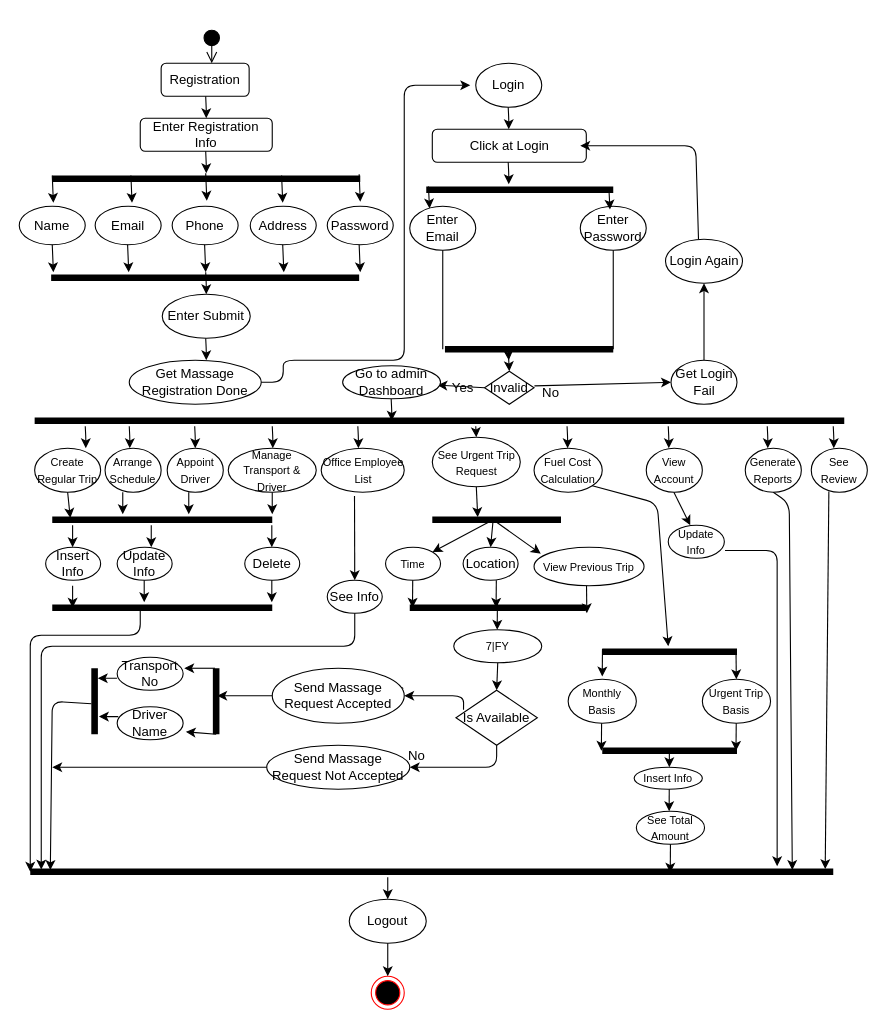
This is database/Activity Diagram Admin.drawio from SHIMAISRAFIL/Transport-Schedule, a draw.io file, before an edit. Source tidied: cells renumbered, new cells numbered last; positions are measured from the earlier drawing's top-left corner, leaving out a move shared by most shapes. Both pictures are drawn from the tidied source at 110%, with x=0, y=0 at pixel (19, 29).
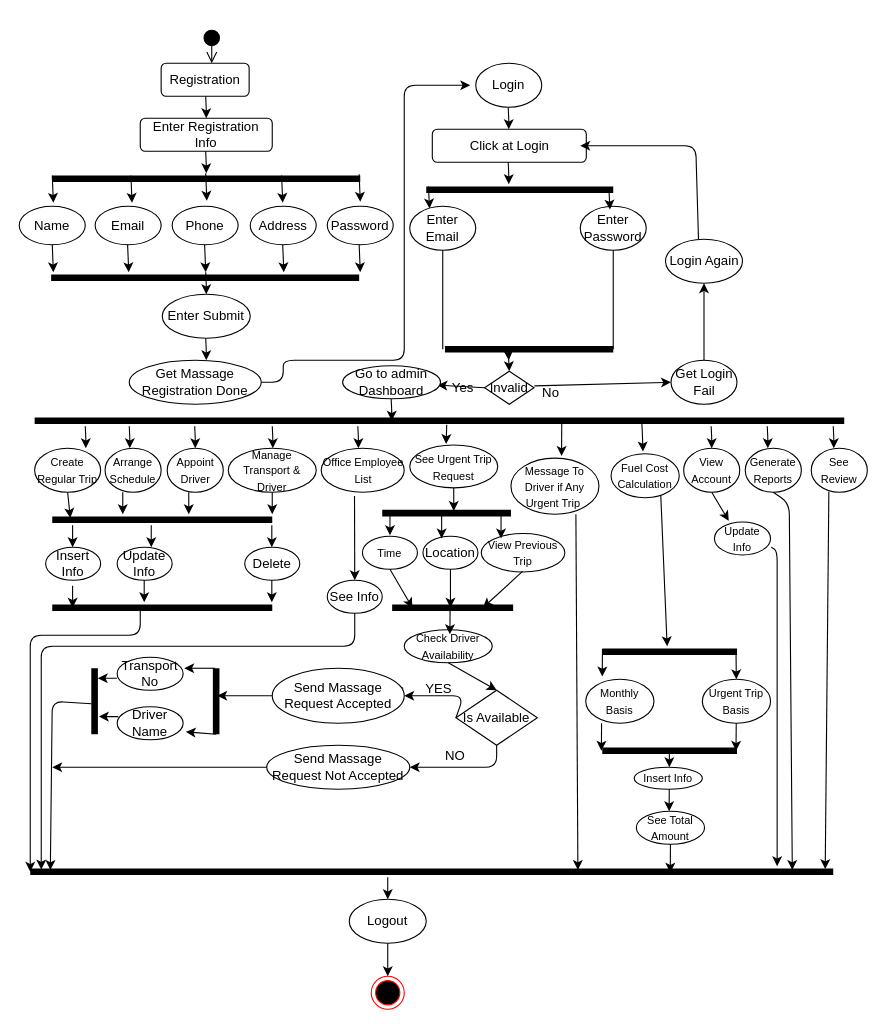
After the change.

The change refers to these unchanged cells:
```xml
<mxCell id="3" style="shape=line;html=1;strokeWidth=6;" parent="1" vertex="1">
  <mxGeometry x="14" y="351" width="736" height="10" as="geometry" />
</mxCell>
<mxCell id="47" value="Is Available" style="rhombus;whiteSpace=wrap;html=1;strokeColor=#000000;" parent="1" vertex="1">
  <mxGeometry x="397" y="601" width="74" height="50" as="geometry" />
</mxCell>
<mxCell id="52" value="Send Massage Request Accepted" style="ellipse;whiteSpace=wrap;html=1;strokeColor=#000000;" parent="1" vertex="1">
  <mxGeometry x="230" y="581" width="120" height="50" as="geometry" />
</mxCell>
<mxCell id="94" style="shape=line;html=1;strokeWidth=6;" parent="1" vertex="1">
  <mxGeometry x="10" y="761" width="730" height="10" as="geometry" />
</mxCell>
```

The edit, as a diff of the source:
```diff
@@
-<mxGraphModel>
+<mxGraphModel background="#ffffff">
@@
     <mxCell id="2" style="shape=line;html=1;strokeWidth=6;" parent="1" vertex="1">
-      <mxGeometry x="375.5" y="441" width="117" height="10" as="geometry" />
+      <mxGeometry x="330" y="435" width="117" height="10" as="geometry" />
     </mxCell>
@@
-    <mxCell id="8" style="endArrow=classic;html=1;" parent="1" edge="1">
-      <mxGeometry x="-19.5" y="220" as="geometry">
-        <mxPoint x="415" y="361" as="sourcePoint" />
-        <mxPoint x="415.6" y="371" as="targetPoint" />
-        <Array as="points">
-          <mxPoint x="415.5" y="371" />
-        </Array>
-      </mxGeometry>
+    <mxCell id="8" style="endArrow=classic;html=1;entryX=0.413;entryY=-0.021;entryDx=0;entryDy=0;entryPerimeter=0;exitX=0.509;exitY=0.86;exitDx=0;exitDy=0;exitPerimeter=0;" parent="1" edge="1" source="3" target="18">
+      <mxGeometry x="-19.5" y="220" as="geometry" />
     </mxCell>
     <mxCell id="9" style="endArrow=classic;html=1;" parent="1" edge="1">
-      <mxGeometry x="63.5" y="220" as="geometry">
-        <mxPoint x="498" y="361" as="sourcePoint" />
-        <mxPoint x="498.5" y="381" as="targetPoint" />
+      <mxGeometry x="131.5" y="217" as="geometry">
+        <mxPoint x="566" y="358" as="sourcePoint" />
+        <mxPoint x="567" y="384" as="targetPoint" />
         <Array as="points">
-          <mxPoint x="498.5" y="371" />
+          <mxPoint x="566.5" y="368" />
         </Array>
       </mxGeometry>
     </mxCell>
     <mxCell id="10" style="endArrow=classic;html=1;" parent="1" edge="1">
-      <mxGeometry x="155.5" y="220" as="geometry">
-        <mxPoint x="590" y="361" as="sourcePoint" />
-        <mxPoint x="590.5" y="381" as="targetPoint" />
+      <mxGeometry x="194.5" y="220" as="geometry">
+        <mxPoint x="629" y="361" as="sourcePoint" />
+        <mxPoint x="629.5" y="381" as="targetPoint" />
         <Array as="points">
-          <mxPoint x="590.5" y="371" />
+          <mxPoint x="629.5" y="371" />
         </Array>
       </mxGeometry>
     </mxCell>
@@
     <mxCell id="18" value="&lt;font style=&quot;font-size: 10px&quot;&gt;See Urgent Trip Request&lt;/font&gt;" style="ellipse;whiteSpace=wrap;html=1;strokeColor=#000000;" parent="1" vertex="1">
-      <mxGeometry x="375.5" y="371" width="80" height="45" as="geometry" />
+      <mxGeometry x="355" y="378" width="80" height="39" as="geometry" />
     </mxCell>
     <mxCell id="19" value="&lt;font style=&quot;font-size: 10px&quot;&gt;Fuel Cost Calculation&lt;/font&gt;" style="ellipse;whiteSpace=wrap;html=1;strokeColor=#000000;" parent="1" vertex="1">
-      <mxGeometry x="468" y="381" width="62" height="40" as="geometry" />
+      <mxGeometry x="538" y="386" width="62" height="40" as="geometry" />
     </mxCell>
     <mxCell id="20" value="&lt;font style=&quot;font-size: 10px&quot;&gt;View Account&lt;/font&gt;" style="ellipse;whiteSpace=wrap;html=1;strokeColor=#000000;" parent="1" vertex="1">
-      <mxGeometry x="570" y="381" width="51" height="40" as="geometry" />
+      <mxGeometry x="604" y="381" width="51" height="40" as="geometry" />
     </mxCell>
@@
     <mxCell id="43" value="&lt;font style=&quot;font-size: 10px&quot;&gt;Time&lt;/font&gt;" style="ellipse;whiteSpace=wrap;html=1;strokeColor=#000000;" parent="1" vertex="1">
-      <mxGeometry x="333" y="471" width="50" height="30" as="geometry" />
+      <mxGeometry x="312" y="461" width="50" height="30" as="geometry" />
     </mxCell>
     <mxCell id="44" value="&lt;font style=&quot;font-size: 10px&quot;&gt;View Previous Trip&lt;/font&gt;" style="ellipse;whiteSpace=wrap;html=1;strokeColor=#000000;" parent="1" vertex="1">
-      <mxGeometry x="468" y="471" width="100" height="35" as="geometry" />
+      <mxGeometry x="420" y="458.5" width="76" height="35" as="geometry" />
     </mxCell>
-    <mxCell id="45" value="&lt;font style=&quot;font-size: 10px&quot;&gt;7|FY&lt;/font&gt;" style="ellipse;whiteSpace=wrap;html=1;strokeColor=#000000;" parent="1" vertex="1">
-      <mxGeometry x="395" y="546" width="80" height="30" as="geometry" />
+    <mxCell id="45" value="&lt;font style=&quot;font-size: 10px&quot;&gt;Check Driver Availability&lt;/font&gt;" style="ellipse;whiteSpace=wrap;html=1;strokeColor=#000000;" parent="1" vertex="1">
+      <mxGeometry x="350" y="546" width="80" height="30" as="geometry" />
     </mxCell>
@@
-    <mxCell id="48" style="endArrow=classic;html=1;strokeColor=#000000;exitX=0.093;exitY=0.356;exitDx=0;exitDy=0;exitPerimeter=0;entryX=1;entryY=0.5;entryDx=0;entryDy=0;" parent="1" edge="1" source="47" target="52">
+    <mxCell id="48" style="endArrow=classic;html=1;strokeColor=#000000;exitX=0;exitY=0.5;exitDx=0;exitDy=0;entryX=1;entryY=0.5;entryDx=0;entryDy=0;" parent="1" edge="1" source="47" target="52">
       <mxGeometry relative="1" as="geometry">
         <Array as="points">
           <mxPoint x="404" y="606" />
         </Array>
       </mxGeometry>
     </mxCell>
@@
-    <mxCell id="51" value="No" style="text;html=1;align=center;verticalAlign=middle;strokeColor=none;" parent="1" vertex="1">
-      <mxGeometry x="345.5" y="651" width="30" height="20" as="geometry" />
+    <mxCell id="51" value="NO" style="text;html=1;align=center;verticalAlign=middle;strokeColor=none;" parent="1" vertex="1">
+      <mxGeometry x="381.5" y="652" width="28" height="18" as="geometry" />
     </mxCell>
@@
-    <mxCell id="59" style="endArrow=classic;html=1;strokeColor=#000000;exitX=0.5;exitY=1;exitDx=0;exitDy=0;" parent="1" edge="1">
+    <mxCell id="59" style="endArrow=classic;html=1;strokeColor=#000000;exitX=0.5;exitY=1;exitDx=0;exitDy=0;" parent="1" edge="1" source="20">
       <mxGeometry relative="1" as="geometry">
-        <mxPoint x="595.1" y="421" as="sourcePoint" />
-        <mxPoint x="610" y="451" as="targetPoint" />
+        <mxPoint x="645" y="447" as="targetPoint" />
       </mxGeometry>
     </mxCell>
     <mxCell id="60" value="&lt;font style=&quot;font-size: 10px&quot;&gt;Update Info&lt;/font&gt;" style="ellipse;whiteSpace=wrap;html=1;strokeColor=#000000;" parent="1" vertex="1">
-      <mxGeometry x="590" y="451" width="51" height="30" as="geometry" />
+      <mxGeometry x="632" y="448" width="51" height="30" as="geometry" />
     </mxCell>
-    <mxCell id="61" style="endArrow=classic;html=1;strokeColor=#000000;exitX=1;exitY=1;exitDx=0;exitDy=0;" parent="1" edge="1" source="19">
+    <mxCell id="61" style="endArrow=classic;html=1;strokeColor=#000000;exitX=0.729;exitY=0.94;exitDx=0;exitDy=0;exitPerimeter=0;" parent="1" edge="1" source="19">
       <mxGeometry relative="1" as="geometry">
-        <mxPoint x="590" y="561" as="targetPoint" />
-        <Array as="points">
-          <mxPoint x="580" y="431" />
-        </Array>
+        <mxPoint x="589" y="561" as="targetPoint" />
       </mxGeometry>
     </mxCell>
@@
     <mxCell id="65" value="&lt;font style=&quot;font-size: 10px&quot;&gt;Monthly Basis&lt;/font&gt;" style="ellipse;whiteSpace=wrap;html=1;strokeColor=#000000;" parent="1" vertex="1">
-      <mxGeometry x="499" y="591" width="62" height="40" as="geometry" />
+      <mxGeometry x="515" y="591" width="62" height="40" as="geometry" />
     </mxCell>
@@
-    <mxCell id="78" style="endArrow=classic;html=1;strokeColor=#000000;exitX=0.5;exitY=1;exitDx=0;exitDy=0;entryX=0.353;entryY=0.26;entryDx=0;entryDy=0;entryPerimeter=0;" parent="1" edge="1" source="18" target="2">
-      <mxGeometry relative="1" as="geometry" />
+    <mxCell id="78" style="endArrow=classic;html=1;strokeColor=#000000;exitX=0.5;exitY=1;exitDx=0;exitDy=0;" parent="1" edge="1" source="18">
+      <mxGeometry relative="1" as="geometry">
+        <mxPoint x="395" y="438" as="targetPoint" />
+      </mxGeometry>
     </mxCell>
     <mxCell id="79" value="Location" style="ellipse;whiteSpace=wrap;html=1;strokeColor=#000000;" parent="1" vertex="1">
-      <mxGeometry x="403.5" y="471" width="50" height="30" as="geometry" />
+      <mxGeometry x="367" y="461" width="50" height="30" as="geometry" />
     </mxCell>
-    <mxCell id="80" style="endArrow=classic;html=1;strokeColor=#000000;exitX=0.5;exitY=1;exitDx=0;exitDy=0;entryX=0.5;entryY=0;entryDx=0;entryDy=0;" parent="1" edge="1" target="79">
+    <mxCell id="80" style="endArrow=classic;html=1;strokeColor=#000000;exitX=0.06;exitY=0.42;exitDx=0;exitDy=0;exitPerimeter=0;" parent="1" edge="1" source="2">
       <mxGeometry relative="1" as="geometry">
-        <mxPoint x="430.8" y="446" as="sourcePoint" />
+        <mxPoint x="337" y="460" as="targetPoint" />
       </mxGeometry>
     </mxCell>
-    <mxCell id="81" style="endArrow=classic;html=1;strokeColor=#000000;exitX=0.5;exitY=1;exitDx=0;exitDy=0;entryX=1;entryY=0;entryDx=0;entryDy=0;" parent="1" edge="1" target="43">
-      <mxGeometry relative="1" as="geometry">
-        <mxPoint x="430.8" y="446" as="sourcePoint" />
-      </mxGeometry>
-    </mxCell>
-    <mxCell id="82" style="endArrow=classic;html=1;strokeColor=#000000;exitX=0.5;exitY=1;exitDx=0;exitDy=0;entryX=0.061;entryY=0.166;entryDx=0;entryDy=0;entryPerimeter=0;" parent="1" edge="1" target="44">
-      <mxGeometry relative="1" as="geometry">
-        <mxPoint x="430.8" y="446" as="sourcePoint" />
-      </mxGeometry>
-    </mxCell>
-    <mxCell id="83" style="endArrow=classic;html=1;strokeColor=#000000;" parent="1" edge="1">
+    <mxCell id="83" style="endArrow=classic;html=1;strokeColor=#000000;entryX=0.75;entryY=0.5;entryDx=0;entryDy=0;entryPerimeter=0;" parent="1" edge="1" target="86">
       <mxGeometry relative="1" as="geometry">
-        <mxPoint x="515.7" y="506" as="sourcePoint" />
-        <mxPoint x="516" y="531" as="targetPoint" />
+        <mxPoint x="457.5" y="493" as="sourcePoint" />
       </mxGeometry>
     </mxCell>
-    <mxCell id="84" style="endArrow=classic;html=1;strokeColor=#000000;" parent="1" edge="1">
+    <mxCell id="84" style="endArrow=classic;html=1;strokeColor=#000000;exitX=0.5;exitY=1;exitDx=0;exitDy=0;" parent="1" edge="1" source="79">
       <mxGeometry relative="1" as="geometry">
-        <mxPoint x="433.7" y="501" as="sourcePoint" />
-        <mxPoint x="433.5" y="526" as="targetPoint" />
+        <mxPoint x="392" y="526" as="targetPoint" />
       </mxGeometry>
     </mxCell>
-    <mxCell id="85" style="endArrow=classic;html=1;strokeColor=#000000;" parent="1" edge="1">
+    <mxCell id="85" style="endArrow=classic;html=1;strokeColor=#000000;exitX=0.5;exitY=1;exitDx=0;exitDy=0;" parent="1" edge="1" source="43">
       <mxGeometry relative="1" as="geometry">
-        <mxPoint x="357.7" y="501" as="sourcePoint" />
         <mxPoint x="357.5" y="526" as="targetPoint" />
       </mxGeometry>
     </mxCell>
     <mxCell id="86" style="shape=line;html=1;strokeWidth=6;" parent="1" vertex="1">
-      <mxGeometry x="355" y="521" width="160" height="10" as="geometry" />
+      <mxGeometry x="339" y="521" width="110" height="10" as="geometry" />
     </mxCell>
     <mxCell id="87" style="endArrow=classic;html=1;strokeColor=#000000;" parent="1" edge="1">
       <mxGeometry relative="1" as="geometry">
-        <mxPoint x="434.7" y="521" as="sourcePoint" />
-        <mxPoint x="434.5" y="546" as="targetPoint" />
+        <mxPoint x="391.7" y="525" as="sourcePoint" />
+        <mxPoint x="391.5" y="550" as="targetPoint" />
       </mxGeometry>
     </mxCell>
@@
+    <mxCell id="152" style="endArrow=classic;html=1;strokeColor=#000000;exitX=0.5;exitY=1;exitDx=0;exitDy=0;" parent="1" edge="1">
+      <mxGeometry relative="1" as="geometry">
+        <mxPoint x="384" y="441" as="sourcePoint" />
+        <mxPoint x="384" y="463" as="targetPoint" />
+      </mxGeometry>
+    </mxCell>
+    <mxCell id="153" style="endArrow=classic;html=1;strokeColor=#000000;entryX=0.5;entryY=0;entryDx=0;entryDy=0;" parent="1" edge="1">
+      <mxGeometry relative="1" as="geometry">
+        <mxPoint x="438" y="438" as="sourcePoint" />
+        <mxPoint x="438" y="463" as="targetPoint" />
+      </mxGeometry>
+    </mxCell>
+    <mxCell id="154" value="YES" style="text;html=1;align=center;verticalAlign=middle;strokeColor=none;" parent="1" vertex="1">
+      <mxGeometry x="364" y="591" width="34" height="18" as="geometry" />
+    </mxCell>
+    <mxCell id="155" style="endArrow=classic;html=1;strokeColor=#000000;exitX=0.5;exitY=1;exitDx=0;exitDy=0;" parent="1" edge="1">
+      <mxGeometry relative="1" as="geometry">
+        <mxPoint x="493.2" y="356" as="sourcePoint" />
+        <mxPoint x="493" y="388" as="targetPoint" />
+      </mxGeometry>
+    </mxCell>
+    <mxCell id="156" value="&lt;font style=&quot;font-size: 10px&quot;&gt;Message To Driver if Any Urgent Trip&amp;nbsp;&lt;/font&gt;" style="ellipse;whiteSpace=wrap;html=1;strokeColor=#000000;" parent="1" vertex="1">
+      <mxGeometry x="447" y="390" width="80" height="51" as="geometry" />
+    </mxCell>
+    <mxCell id="157" style="endArrow=classic;html=1;exitX=0.738;exitY=1;exitDx=0;exitDy=0;exitPerimeter=0;entryX=0.682;entryY=0.34;entryDx=0;entryDy=0;entryPerimeter=0;" parent="1" edge="1" source="156" target="94">
+      <mxGeometry relative="1" as="geometry" />
+    </mxCell>
```
